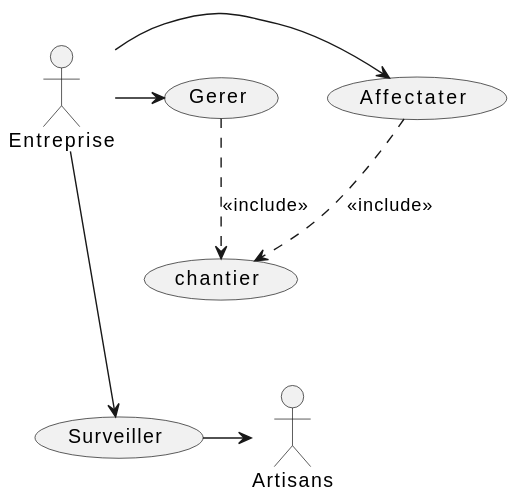
Before: uc.svg, a diagram exported from PlantUML (IUT-Blagnac/r2-01-conception-td5-Lefty-Dude).
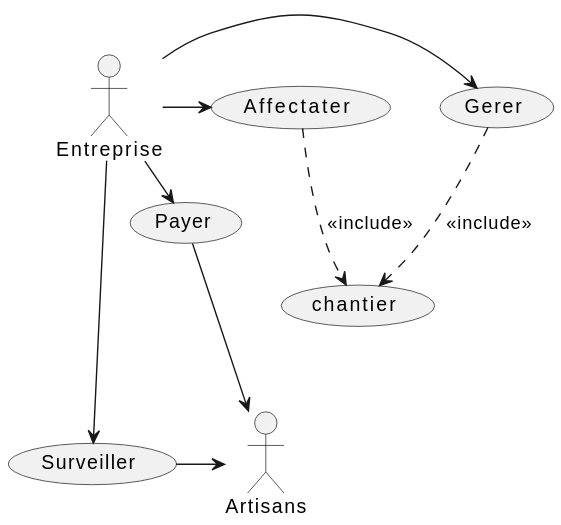
Above is the later version.

Diff of the diagram source:
```diff
@@ -1,6 +1,7 @@
 @startuml
 usecase a as "Affectater"
 usecase s as "Surveiller"
+usecase p as "Payer"
 usecase g as "Gerer"
 usecase c as "chantier"
 
@@ -12,6 +13,9 @@
 Entreprise -> s
 s -> Artisans
 
+Entreprise -> p
+p -> Artisans
+
 Entreprise -> a
 a ..> c : <<include>>
 
```
